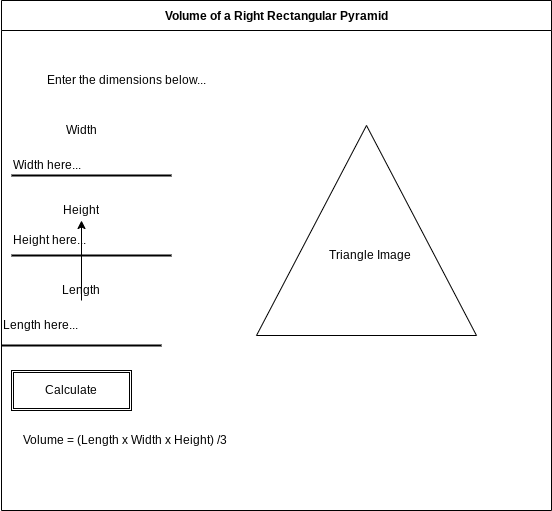
This is design/storyboard.png from Claire-Bedrossian/ICS20-Unit3-02-JS, a draw.io export, as it was before one commit. Source tidied: cells renumbered, new cells last; positions are measured from the earlier drawing's top-left corner, leaving out a move shared by most shapes. The source it was exported from:
```xml
<mxGraphModel>
  <root>
    <mxCell id="0" />
    <mxCell id="1" parent="0" />
    <mxCell id="2" value="Volume of a Right Rectangular Pyramid" style="swimlane;startSize=30;" parent="1" vertex="1">
      <mxGeometry width="550" height="510" as="geometry" />
    </mxCell>
    <mxCell id="3" style="line;strokeWidth=2;html=1;" parent="2" vertex="1">
      <mxGeometry y="340" width="160" height="10" as="geometry" />
    </mxCell>
    <mxCell id="4" style="line;strokeWidth=2;html=1;" parent="2" vertex="1">
      <mxGeometry x="10" y="170" width="160" height="10" as="geometry" />
    </mxCell>
    <mxCell id="5" style="line;strokeWidth=2;html=1;" parent="2" vertex="1">
      <mxGeometry x="10" y="250" width="160" height="10" as="geometry" />
    </mxCell>
    <object id="6" label="Height here..." placeholders="1">
      <mxCell style="text;html=1;strokeColor=none;fillColor=none;align=left;verticalAlign=middle;whiteSpace=wrap;overflow=hidden;" parent="2" vertex="1">
        <mxGeometry x="10" y="230" width="160" height="20" as="geometry" />
      </mxCell>
    </object>
    <object id="7" label="Width here..." placeholders="1">
      <mxCell style="text;html=1;strokeColor=none;fillColor=none;align=left;verticalAlign=middle;whiteSpace=wrap;overflow=hidden;" parent="2" vertex="1">
        <mxGeometry x="10" y="140" width="160" height="50" as="geometry" />
      </mxCell>
    </object>
    <mxCell id="8" style="edgeStyle=none;html=1;" parent="2" edge="1" source="9" target="10">
      <mxGeometry relative="1" as="geometry" />
    </mxCell>
    <object id="9" label="Length here..." placeholders="1">
      <mxCell style="text;html=1;strokeColor=none;fillColor=none;align=left;verticalAlign=middle;whiteSpace=wrap;overflow=hidden;" parent="2" vertex="1">
        <mxGeometry y="300" width="160" height="50" as="geometry" />
      </mxCell>
    </object>
    <object id="10" label="Height" name="Variable" placeholders="1">
      <mxCell style="text;html=1;strokeColor=none;fillColor=none;align=center;verticalAlign=middle;whiteSpace=wrap;overflow=hidden;" parent="2" vertex="1">
        <mxGeometry x="40" y="200" width="80" height="20" as="geometry" />
      </mxCell>
    </object>
    <object id="11" label="Width" name="Variable" placeholders="1">
      <mxCell style="text;html=1;strokeColor=none;fillColor=none;align=center;verticalAlign=middle;whiteSpace=wrap;overflow=hidden;" parent="2" vertex="1">
        <mxGeometry x="40" y="120" width="80" height="20" as="geometry" />
      </mxCell>
    </object>
    <object id="12" label="Length" name="Variable" placeholders="1">
      <mxCell style="text;html=1;strokeColor=none;fillColor=none;align=center;verticalAlign=middle;whiteSpace=wrap;overflow=hidden;" parent="2" vertex="1">
        <mxGeometry x="40" y="280" width="80" height="20" as="geometry" />
      </mxCell>
    </object>
    <object id="13" label="Enter the dimensions below..." name="Variable" placeholders="1">
      <mxCell style="text;html=1;strokeColor=none;fillColor=none;align=center;verticalAlign=middle;whiteSpace=wrap;overflow=hidden;" parent="2" vertex="1">
        <mxGeometry y="70" width="250" height="20" as="geometry" />
      </mxCell>
    </object>
    <object id="14" label="Volume = (Length x Width x Height) /3&amp;nbsp;" name="Variable" placeholders="1">
      <mxCell style="text;html=1;strokeColor=none;fillColor=none;align=center;verticalAlign=middle;whiteSpace=wrap;overflow=hidden;" parent="2" vertex="1">
        <mxGeometry y="430" width="250" height="20" as="geometry" />
      </mxCell>
    </object>
    <mxCell id="15" style="shape=ext;double=1;rounded=0;whiteSpace=wrap;html=1;" parent="2" vertex="1">
      <mxGeometry x="10" y="370" width="120" height="40" as="geometry" />
    </mxCell>
    <object id="16" label="Calculate" name="Variable" placeholders="1">
      <mxCell style="text;html=1;strokeColor=none;fillColor=none;align=center;verticalAlign=middle;whiteSpace=wrap;overflow=hidden;" parent="2" vertex="1">
        <mxGeometry x="30" y="380" width="80" height="20" as="geometry" />
      </mxCell>
    </object>
    <mxCell id="17" style="triangle;whiteSpace=wrap;html=1;rotation=-90;" parent="2" vertex="1">
      <mxGeometry x="260" y="120" width="210" height="220" as="geometry" />
    </mxCell>
    <object id="18" label="Triangle Image&amp;nbsp;" name="Variable" placeholders="1">
      <mxCell style="text;html=1;strokeColor=none;fillColor=none;align=center;verticalAlign=middle;whiteSpace=wrap;overflow=hidden;" parent="2" vertex="1">
        <mxGeometry x="270" y="245" width="200" height="20" as="geometry" />
      </mxCell>
    </object>
  </root>
</mxGraphModel>
```
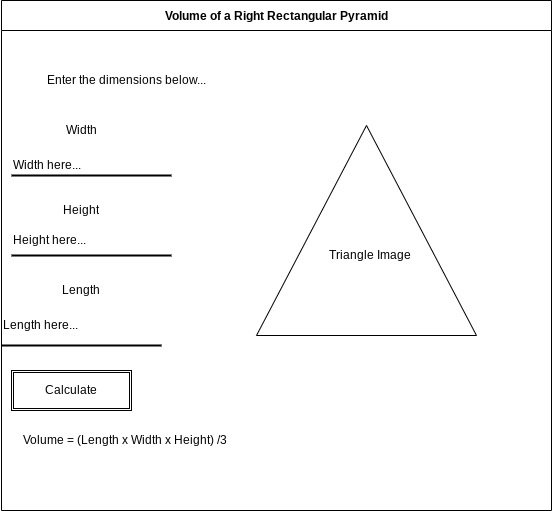
After the commit.

Diff of the diagram source:
```diff
@@ -24,9 +24,6 @@
         <mxGeometry x="10" y="140" width="160" height="50" as="geometry" />
       </mxCell>
     </object>
-    <mxCell id="8" style="edgeStyle=none;html=1;" parent="2" edge="1" source="9" target="10">
-      <mxGeometry relative="1" as="geometry" />
-    </mxCell>
     <object id="9" label="Length here..." placeholders="1">
       <mxCell style="text;html=1;strokeColor=none;fillColor=none;align=left;verticalAlign=middle;whiteSpace=wrap;overflow=hidden;" parent="2" vertex="1">
         <mxGeometry y="300" width="160" height="50" as="geometry" />
```
